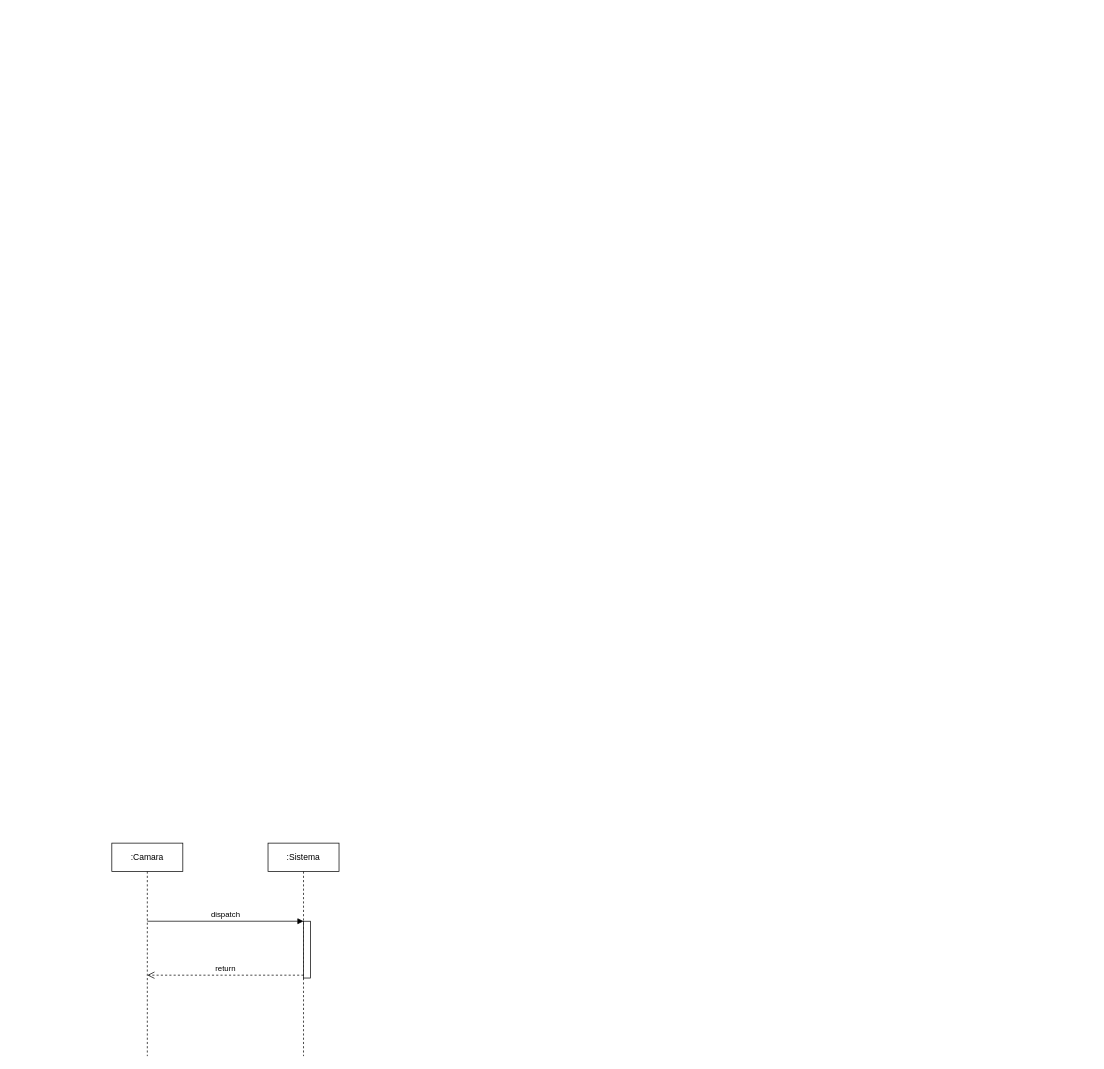
This is diagrama/TpDiagrama.drawio from Jeanphaima/izo-isw1-tpds, a draw.io file, before an edit. Source tidied: cells renumbered, new cells numbered last; positions are measured from the earlier drawing's top-left corner, leaving out a move shared by most shapes. Both pictures are drawn from the tidied source at 71%, with x=0, y=0 at pixel (111, 843).
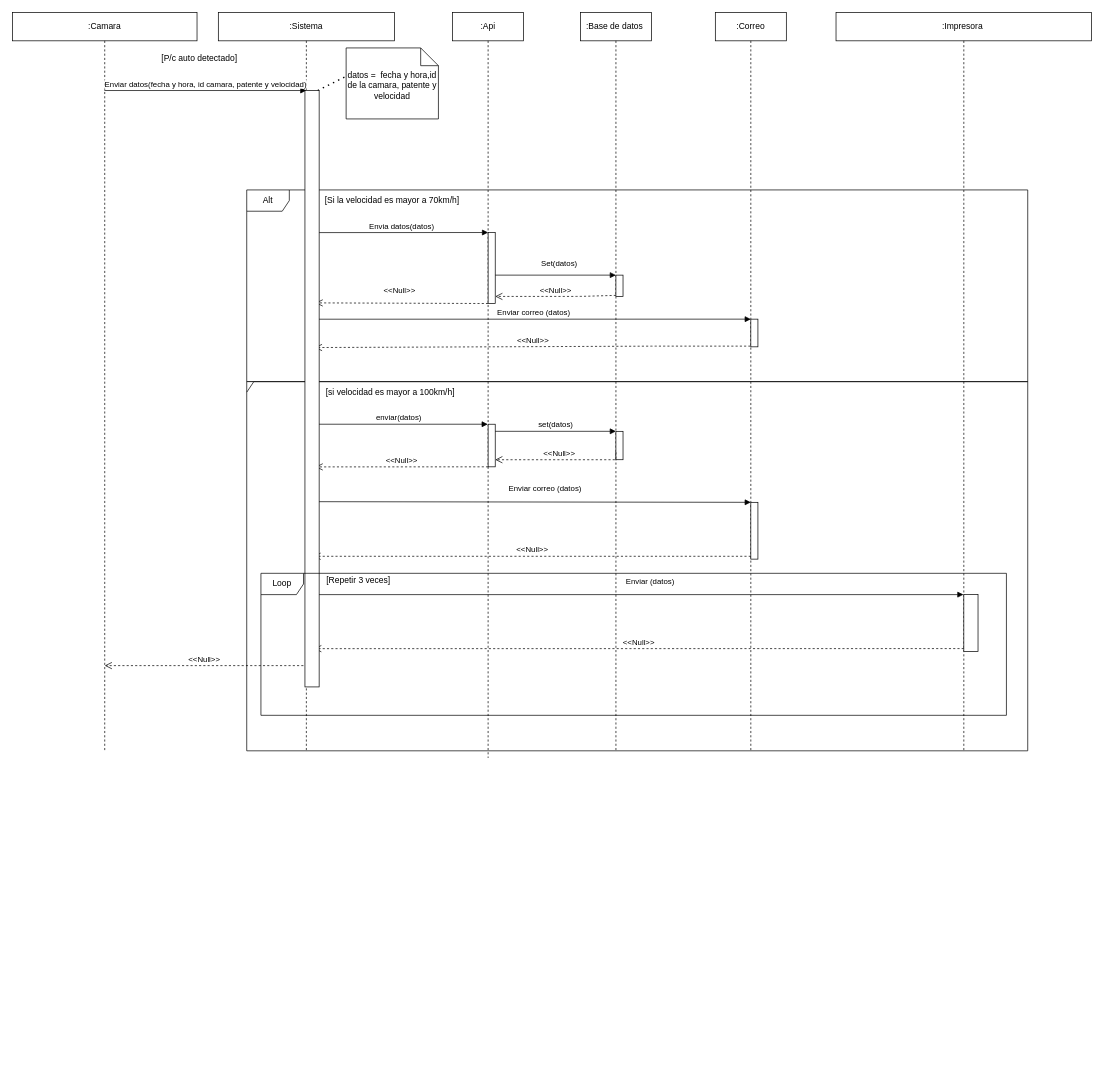
The same diagram, later.

Commit message:
Modificacion del diagrama de secuencia

Diff of the diagram source:
```diff
@@
     <mxCell id="2" value=":Camara" style="shape=umlLifeline;perimeter=lifelinePerimeter;whiteSpace=wrap;html=1;outlineConnect=0;" parent="1" vertex="1">
-      <mxGeometry width="100" height="300" as="geometry" />
+      <mxGeometry x="-140" y="-1170" width="260" height="1040" as="geometry" />
     </mxCell>
     <mxCell id="3" value=":Sistema" style="shape=umlLifeline;perimeter=lifelinePerimeter;whiteSpace=wrap;html=1;" parent="1" vertex="1">
-      <mxGeometry x="220" width="100" height="300" as="geometry" />
+      <mxGeometry x="150" y="-1170" width="248" height="1040" as="geometry" />
     </mxCell>
-    <mxCell id="4" style="html=1;points=[];perimeter=orthogonalPerimeter;" parent="1" vertex="1">
-      <mxGeometry x="270" y="110" width="10" height="80" as="geometry" />
-    </mxCell>
+    <mxCell id="7" value="[P/c auto detectado]" style="text;html=1;align=center;verticalAlign=middle;strokeColor=none;fillColor=none;" parent="3" vertex="1">
+      <mxGeometry x="-92" y="50" width="130" height="30" as="geometry" />
+    </mxCell>
-    <mxCell id="5" value="dispatch" style="html=1;verticalAlign=bottom;endArrow=block;entryX=0;entryY=0;" parent="1" edge="1" target="4">
+    <mxCell id="5" value="Enviar datos(fecha y hora, id camara, patente y velocidad)" style="html=1;verticalAlign=bottom;endArrow=block;entryX=0;entryY=0;" parent="1" edge="1" source="2">
       <mxGeometry relative="1" as="geometry">
-        <mxPoint x="50" y="110" as="sourcePoint" />
+        <mxPoint x="274" y="-1060" as="targetPoint" />
       </mxGeometry>
     </mxCell>
-    <mxCell id="6" value="return" style="html=1;verticalAlign=bottom;endArrow=open;dashed=1;endSize=8;exitX=0;exitY=0.95;" parent="1" edge="1" source="4">
-      <mxGeometry relative="1" as="geometry">
-        <mxPoint x="50" y="186" as="targetPoint" />
-      </mxGeometry>
-    </mxCell>
+    <mxCell id="8" value="datos =&amp;nbsp; fecha y hora,id de la camara, patente y velocidad" style="shape=note2;boundedLbl=1;whiteSpace=wrap;html=1;size=25;verticalAlign=top;align=center;" parent="1" vertex="1">
+      <mxGeometry x="330" y="-1120" width="130" height="100" as="geometry" />
+    </mxCell>
+    <mxCell id="9" value=":Api" style="shape=umlLifeline;perimeter=lifelinePerimeter;whiteSpace=wrap;html=1;outlineConnect=0;" parent="1" vertex="1">
+      <mxGeometry x="480" y="-1170" width="100" height="1050" as="geometry" />
+    </mxCell>
+    <mxCell id="10" style="html=1;points=[];perimeter=orthogonalPerimeter;rounded=0;glass=0;fillColor=#FFFFFF;gradientColor=#FFFFFF;" parent="9" vertex="1">
+      <mxGeometry x="50" y="310" width="10" height="100" as="geometry" />
+    </mxCell>
+    <mxCell id="11" style="html=1;perimeter=orthogonalPerimeter;rounded=0;glass=0;fillColor=#FFFFFF;gradientColor=#FFFFFF;" parent="9" vertex="1">
+      <mxGeometry x="50" y="580" width="10" height="60" as="geometry" />
+    </mxCell>
+    <mxCell id="12" value=":Base de datos&amp;nbsp;" style="shape=umlLifeline;perimeter=lifelinePerimeter;whiteSpace=wrap;html=1;" parent="1" vertex="1">
+      <mxGeometry x="660" y="-1170" width="100" height="1040" as="geometry" />
+    </mxCell>
+    <mxCell id="13" style="html=1;points=[];perimeter=orthogonalPerimeter;" parent="12" vertex="1">
+      <mxGeometry x="50" y="370" width="10" height="30" as="geometry" />
+    </mxCell>
+    <mxCell id="14" style="html=1;points=[];perimeter=orthogonalPerimeter;rounded=0;glass=0;fillColor=#FFFFFF;gradientColor=#FFFFFF;" parent="12" vertex="1">
+      <mxGeometry x="50" y="590" width="10" height="40" as="geometry" />
+    </mxCell>
+    <mxCell id="15" value="Envia datos(datos)" style="html=1;verticalAlign=bottom;endArrow=block;exitX=1.1;exitY=0.053;exitDx=0;exitDy=0;exitPerimeter=0;" parent="1" edge="1">
+      <mxGeometry relative="1" as="geometry">
+        <mxPoint x="285" y="-859.9" as="sourcePoint" />
+        <mxPoint x="530" y="-860" as="targetPoint" />
+      </mxGeometry>
+    </mxCell>
+    <mxCell id="16" value="Set(datos)" style="html=1;verticalAlign=bottom;endArrow=block;entryX=0;entryY=0;startArrow=none;" parent="1" edge="1" target="13">
+      <mxGeometry x="0.06" y="8" relative="1" as="geometry">
+        <mxPoint x="540" y="-800" as="sourcePoint" />
+      </mxGeometry>
+    </mxCell>
+    <mxCell id="17" value="&amp;lt;&amp;lt;Null&amp;gt;&amp;gt;" style="html=1;verticalAlign=bottom;endArrow=open;dashed=1;endSize=8;exitX=0;exitY=0.95;" parent="1" edge="1" source="13" target="10">
+      <mxGeometry relative="1" as="geometry">
+        <Array as="points">
+          <mxPoint x="660" y="-770" />
+        </Array>
+      </mxGeometry>
+    </mxCell>
+    <mxCell id="18" value=":Correo" style="shape=umlLifeline;perimeter=lifelinePerimeter;whiteSpace=wrap;html=1;outlineConnect=0;" parent="1" vertex="1">
+      <mxGeometry x="850" y="-1170" width="100" height="1040" as="geometry" />
+    </mxCell>
+    <mxCell id="19" style="html=1;points=[];perimeter=orthogonalPerimeter;" parent="18" vertex="1">
+      <mxGeometry x="50" y="432" width="10" height="39" as="geometry" />
+    </mxCell>
+    <mxCell id="20" style="html=1;points=[];perimeter=orthogonalPerimeter;rounded=0;glass=0;fillColor=#FFFFFF;gradientColor=#FFFFFF;" parent="18" vertex="1">
+      <mxGeometry x="50" y="690" width="10" height="80" as="geometry" />
+    </mxCell>
+    <mxCell id="21" value="Enviar correo (datos)" style="html=1;verticalAlign=bottom;endArrow=block;entryX=0;entryY=0;startArrow=none;exitX=1.4;exitY=0.695;exitDx=0;exitDy=0;exitPerimeter=0;" parent="1" edge="1" target="19">
+      <mxGeometry relative="1" as="geometry">
+        <mxPoint x="288" y="-737.9" as="sourcePoint" />
+      </mxGeometry>
+    </mxCell>
+    <mxCell id="22" value="&amp;lt;&amp;lt;Null&amp;gt;&amp;gt;" style="html=1;verticalAlign=bottom;endArrow=open;dashed=1;endSize=8;entryX=1.2;entryY=0.905;entryDx=0;entryDy=0;entryPerimeter=0;" parent="1" edge="1" source="18">
+      <mxGeometry relative="1" as="geometry">
+        <mxPoint x="286" y="-698" as="targetPoint" />
+        <Array as="points">
+          <mxPoint x="770" y="-700" />
+        </Array>
+      </mxGeometry>
+    </mxCell>
+    <mxCell id="23" style="endArrow=none;dashed=1;html=1;dashPattern=1 3;strokeWidth=2;rounded=0;" parent="1" edge="1">
+      <mxGeometry relative="1" as="geometry">
+        <mxPoint x="290" y="-1060" as="sourcePoint" />
+        <mxPoint x="330" y="-1080" as="targetPoint" />
+      </mxGeometry>
+    </mxCell>
+    <mxCell id="24" value="&amp;lt;&amp;lt;Null&amp;gt;&amp;gt;" style="html=1;verticalAlign=bottom;endArrow=open;dashed=1;endSize=8;rounded=0;exitX=0;exitY=1;exitDx=0;exitDy=0;exitPerimeter=0;entryX=1.3;entryY=0.574;entryDx=0;entryDy=0;entryPerimeter=0;" parent="1" edge="1" source="10">
+      <mxGeometry x="0.03" y="-10" relative="1" as="geometry">
+        <mxPoint x="287" y="-760.9" as="targetPoint" />
+      </mxGeometry>
+    </mxCell>
+    <mxCell id="25" value="[Si la velocidad es mayor a 70km/h]" style="rounded=0;whiteSpace=wrap;html=1;fillColor=#FFFFFF;gradientColor=#FFFFFF;glass=0;strokeColor=none;" parent="1" vertex="1">
+      <mxGeometry x="270" y="-920" width="250" height="30" as="geometry" />
+    </mxCell>
+    <mxCell id="26" value="[si velocidad es mayor a 100km/h]" style="text;html=1;align=center;verticalAlign=middle;strokeColor=none;fillColor=none;" parent="1" vertex="1">
+      <mxGeometry x="292" y="-650" width="200" height="30" as="geometry" />
+    </mxCell>
+    <mxCell id="27" value="set(datos)" style="html=1;verticalAlign=bottom;endArrow=block;entryX=0;entryY=0;rounded=0;" parent="1" edge="1" target="14">
+      <mxGeometry relative="1" as="geometry">
+        <mxPoint x="540" y="-580" as="sourcePoint" />
+      </mxGeometry>
+    </mxCell>
+    <mxCell id="28" value="&amp;lt;&amp;lt;Null&amp;gt;&amp;gt;" style="html=1;verticalAlign=bottom;endArrow=open;dashed=1;endSize=8;rounded=0;exitX=0;exitY=0.738;exitDx=0;exitDy=0;exitPerimeter=0;" parent="1" edge="1" source="14">
+      <mxGeometry relative="1" as="geometry">
+        <mxPoint x="540" y="-540" as="targetPoint" />
+        <Array as="points">
+          <mxPoint x="710" y="-540" />
+        </Array>
+      </mxGeometry>
+    </mxCell>
+    <mxCell id="29" value="&amp;lt;&amp;lt;Null&amp;gt;&amp;gt;" style="html=1;verticalAlign=bottom;endArrow=open;dashed=1;endSize=8;rounded=0;entryX=1.3;entryY=0.167;entryDx=0;entryDy=0;entryPerimeter=0;" parent="1" edge="1">
+      <mxGeometry relative="1" as="geometry">
+        <mxPoint x="530" y="-530" as="sourcePoint" />
+        <mxPoint x="287" y="-529.9" as="targetPoint" />
+      </mxGeometry>
+    </mxCell>
+    <mxCell id="30" value=":Impresora&amp;nbsp;" style="shape=umlLifeline;perimeter=lifelinePerimeter;whiteSpace=wrap;html=1;outlineConnect=0;rounded=0;glass=0;fillColor=#FFFFFF;gradientColor=#FFFFFF;" parent="1" vertex="1">
+      <mxGeometry x="1020" y="-1170" width="360" height="1040" as="geometry" />
+    </mxCell>
+    <mxCell id="31" style="html=1;points=[];perimeter=orthogonalPerimeter;rounded=0;glass=0;fillColor=#FFFFFF;gradientColor=#FFFFFF;" parent="30" vertex="1">
+      <mxGeometry x="180" y="820" width="20" height="80" as="geometry" />
+    </mxCell>
+    <mxCell id="32" value="Enviar (datos)" style="html=1;verticalAlign=bottom;endArrow=block;rounded=0;" parent="1" edge="1" target="30">
+      <mxGeometry x="0.04" y="10" relative="1" as="geometry">
+        <mxPoint x="280" y="-350" as="sourcePoint" />
+      </mxGeometry>
+    </mxCell>
+    <mxCell id="33" value="&amp;lt;&amp;lt;Null&amp;gt;&amp;gt;" style="html=1;verticalAlign=bottom;endArrow=open;dashed=1;endSize=8;exitX=0;exitY=0.95;rounded=0;entryX=1.1;entryY=0.878;entryDx=0;entryDy=0;entryPerimeter=0;" parent="1" edge="1" source="31">
+      <mxGeometry relative="1" as="geometry">
+        <mxPoint x="285" y="-273.9" as="targetPoint" />
+      </mxGeometry>
+    </mxCell>
+    <mxCell id="34" value="enviar(datos)" style="html=1;verticalAlign=bottom;endArrow=block;rounded=0;exitX=0.5;exitY=0;exitDx=0;exitDy=0;exitPerimeter=0;" parent="1" edge="1" target="9">
+      <mxGeometry relative="1" as="geometry">
+        <mxPoint x="279" y="-590" as="sourcePoint" />
+      </mxGeometry>
+    </mxCell>
+    <mxCell id="35" value="&amp;lt;&amp;lt;Null&amp;gt;&amp;gt;" style="html=1;verticalAlign=bottom;endArrow=open;dashed=1;endSize=8;exitX=0;exitY=0.95;rounded=0;" parent="1" edge="1" source="20">
+      <mxGeometry relative="1" as="geometry">
+        <mxPoint x="284" y="-404" as="targetPoint" />
+      </mxGeometry>
+    </mxCell>
+    <mxCell id="36" value="Enviar correo (datos)" style="html=1;verticalAlign=bottom;endArrow=block;entryX=0;entryY=0;rounded=0;exitX=1.6;exitY=0.303;exitDx=0;exitDy=0;exitPerimeter=0;" parent="1" edge="1" target="20">
+      <mxGeometry x="0.05" y="10" relative="1" as="geometry">
+        <mxPoint x="290" y="-480.9" as="sourcePoint" />
+      </mxGeometry>
+    </mxCell>
+    <mxCell id="37" value="Alt" style="shape=umlFrame;whiteSpace=wrap;html=1;fillColor=#FFFFFF;gradientColor=#FFFFFF;" parent="1" vertex="1">
+      <mxGeometry x="190" y="-920" width="1100" height="270" as="geometry" />
+    </mxCell>
+    <mxCell id="38" style="shape=umlFrame;whiteSpace=wrap;html=1;rounded=0;glass=0;fillColor=#FFFFFF;gradientColor=#FFFFFF;width=10;height=15;" parent="1" vertex="1">
+      <mxGeometry x="190" y="-650" width="1100" height="520" as="geometry" />
+    </mxCell>
+    <mxCell id="39" style="html=1;perimeter=orthogonalPerimeter;" parent="1" vertex="1">
+      <mxGeometry x="272" y="-1060" width="20" height="840" as="geometry" />
+    </mxCell>
+    <mxCell id="40" value="Loop" style="shape=umlFrame;whiteSpace=wrap;html=1;" parent="1" vertex="1">
+      <mxGeometry x="210" y="-380" width="1050" height="200" as="geometry" />
+    </mxCell>
+    <mxCell id="41" value="[Repetir 3 veces]" style="text;html=1;align=center;verticalAlign=middle;" parent="1" vertex="1">
+      <mxGeometry x="292" y="-380" width="110" height="20" as="geometry" />
+    </mxCell>
+    <mxCell id="42" value="&amp;lt;&amp;lt;Null&amp;gt;&amp;gt;" style="html=1;verticalAlign=bottom;endArrow=open;dashed=1;endSize=8;exitX=0.057;exitY=0.65;exitDx=0;exitDy=0;exitPerimeter=0;" parent="1" edge="1" source="40">
+      <mxGeometry relative="1" as="geometry">
+        <mxPoint x="-10" y="-250" as="targetPoint" />
+      </mxGeometry>
+    </mxCell>
```
